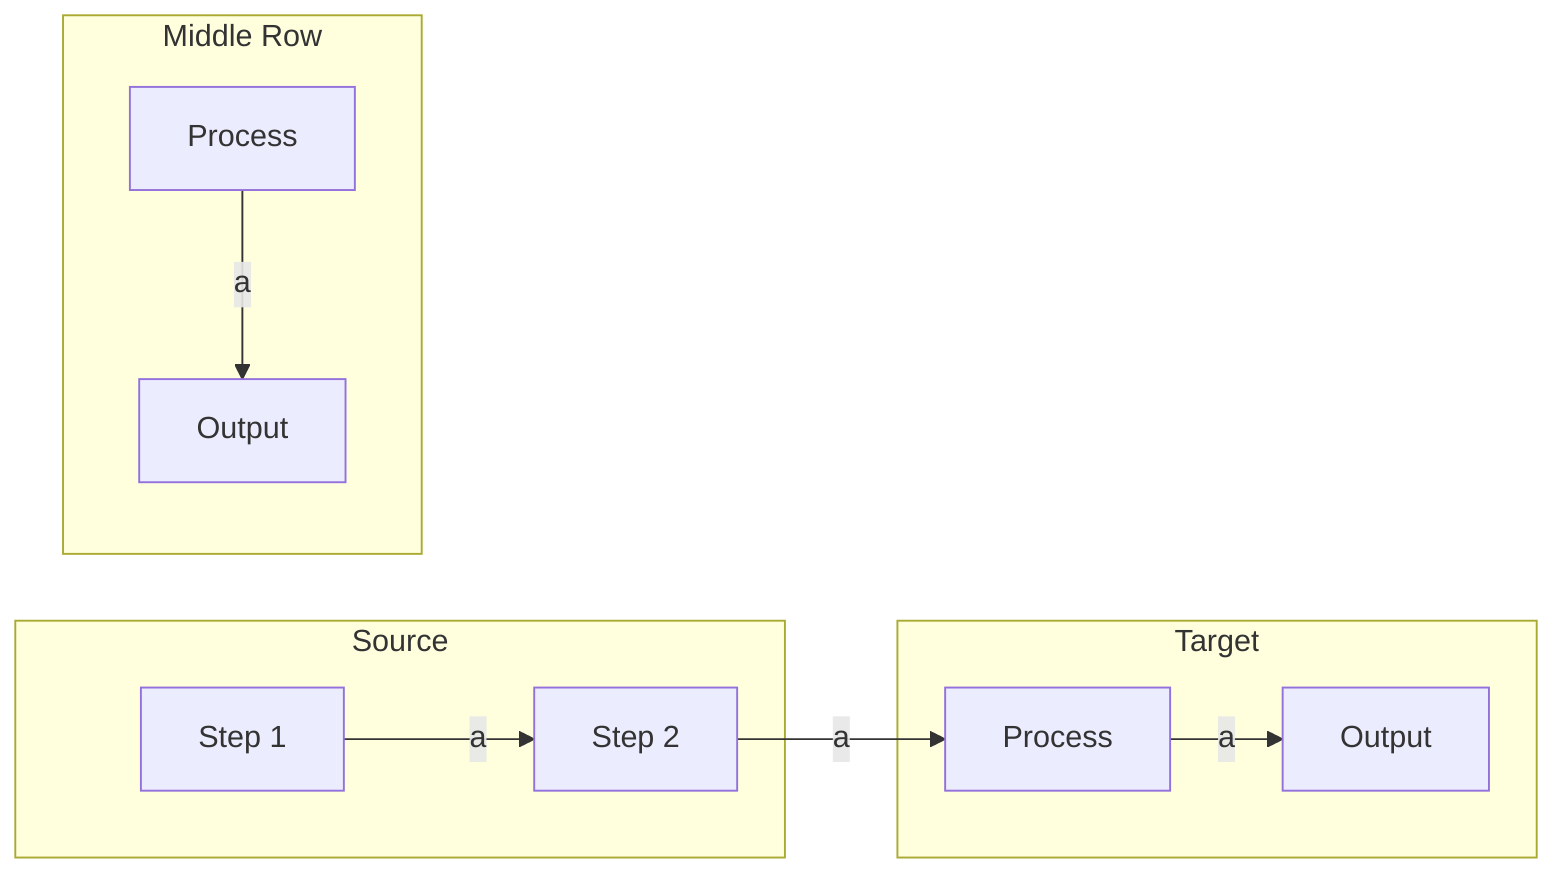
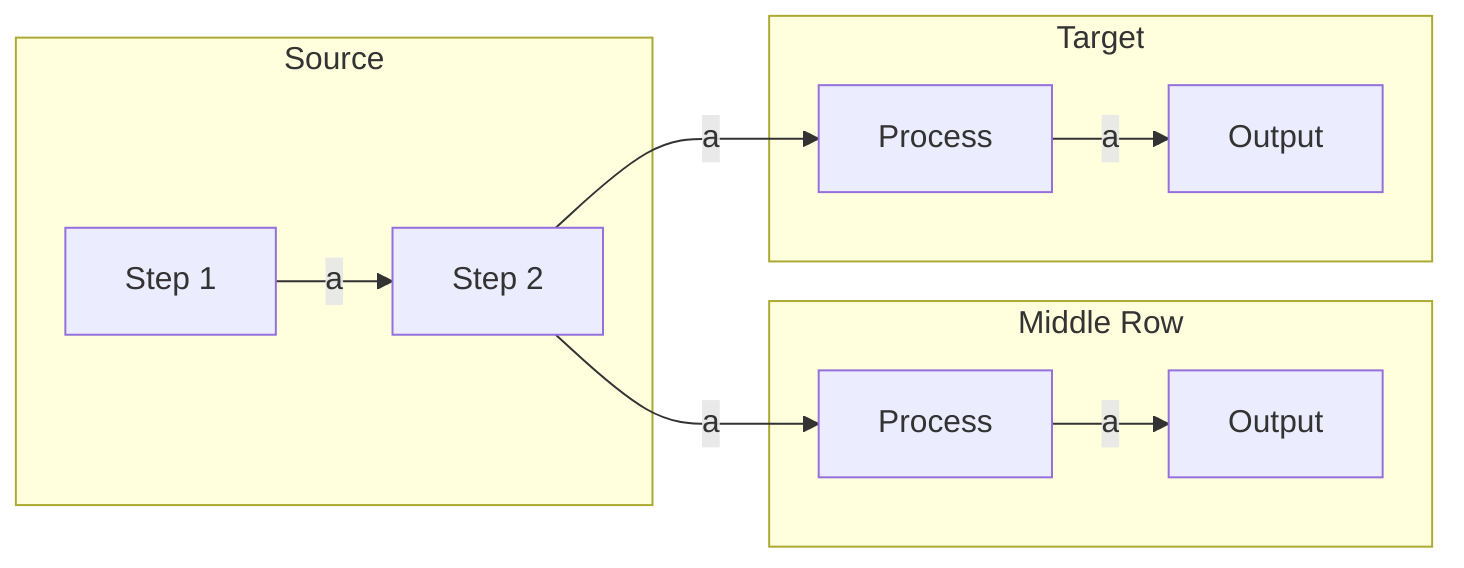
%%metro title: Left Entry From Above (Far Drop)
%%metro style: nfcore
%%metro line: a | A | #e63946
%%metro grid: src | 2,0
%%metro grid: mid | 1,1
%%metro grid: tgt | 0,2

graph LR
    subgraph src [Source]
        s1[Step 1]
        s2[Step 2]
        s1 -->|a| s2
    end

    subgraph mid [Middle Row]
        m1[Process]
        m2[Output]
        m1 -->|a| m2
    end

    subgraph tgt [Target]
        %%metro entry: left | a
        t1[Process]
        t2[Output]
        t1 -->|a| t2
    end

+     s2 -->|a| m1
    s2 -->|a| t1
